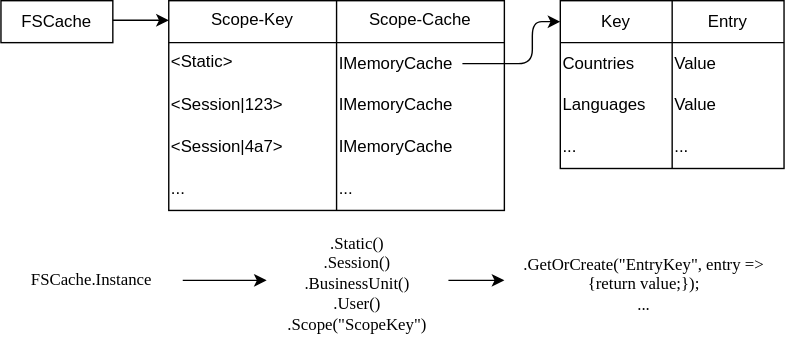
Before: v4.7/doc/konzepte/media/fscache-struktur.drawio.svg, a diagram exported from draw.io (FrameworkSystemsGmbH/fsdocs). Source tidied: cells renumbered, new cells last; positions are measured from the earlier drawing's top-left corner, leaving out a move shared by most shapes.
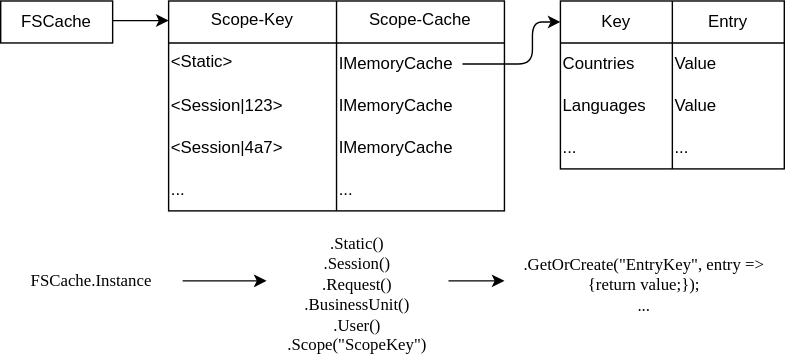
Above is the later version.

Diff of the diagram source:
```diff
@@ -91,7 +91,7 @@
     <mxCell id="29" style="edgeStyle=elbowEdgeStyle;html=1;entryX=0;entryY=0.5;entryDx=0;entryDy=0;fontFamily=Lucida Console;endArrow=classic;endFill=1;" parent="1" edge="1" source="30" target="31">
       <mxGeometry relative="1" as="geometry" />
     </mxCell>
-    <mxCell id="30" value=".Static()&lt;br&gt;.Session()&lt;br&gt;.BusinessUnit()&lt;br&gt;.User()&lt;br&gt;&lt;font&gt;.Scope(&quot;ScopeKey&quot;)&lt;/font&gt;" style="text;html=1;strokeColor=none;fillColor=none;align=center;verticalAlign=top;whiteSpace=wrap;rounded=0;fontFamily=Lucida Console;fontColor=#000000;" parent="1" vertex="1">
+    <mxCell id="30" value=".Static()&lt;br&gt;.Session()&lt;br&gt;.Request()&lt;br&gt;.BusinessUnit()&lt;br&gt;.User()&lt;br&gt;&lt;font&gt;.Scope(&quot;ScopeKey&quot;)&lt;/font&gt;" style="text;html=1;strokeColor=none;fillColor=none;align=center;verticalAlign=top;whiteSpace=wrap;rounded=0;fontFamily=Lucida Console;fontColor=#000000;" parent="1" vertex="1">
       <mxGeometry x="190" y="160" width="130" height="80" as="geometry" />
     </mxCell>
     <mxCell id="31" value=".GetOrCreate(&quot;EntryKey&quot;, entry =&amp;gt; {return value;});&lt;br&gt;..." style="text;html=1;strokeColor=none;fillColor=none;align=center;verticalAlign=top;whiteSpace=wrap;rounded=0;fontFamily=Lucida Console;" parent="1" vertex="1">
```
